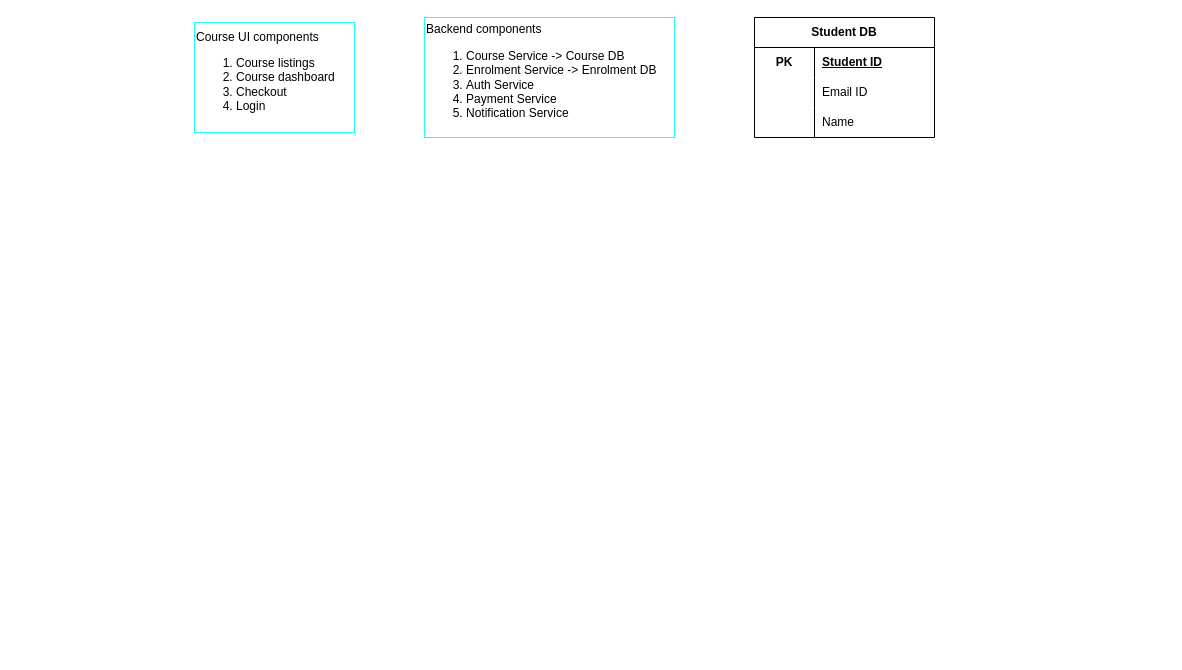
The draw.io diagram course management system.drawio in anshul1790/system-design-playground, before the edit. Source tidied: cells renumbered, new cells numbered last; positions are measured from the earlier drawing's top-left corner, leaving out a move shared by most shapes. Both pictures are drawn from the tidied source at 100%, with x=0, y=0 at pixel (194, 17).
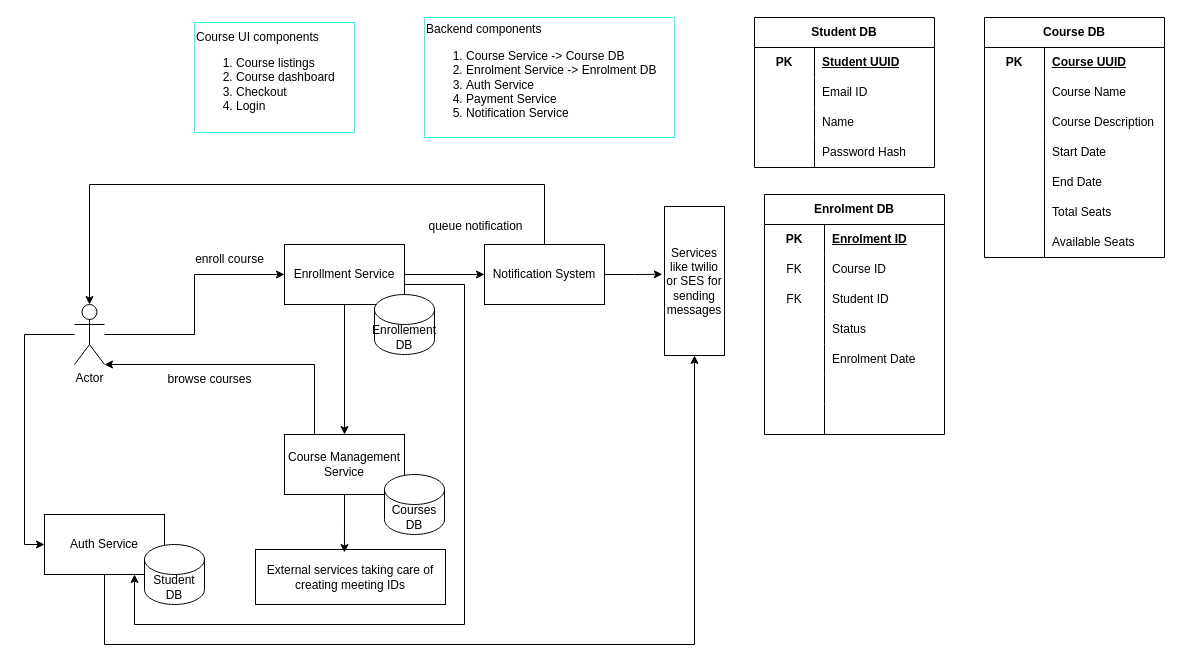
The same diagram, later.

Unchanged cells that the change refers to:
```xml
<mxCell id="5" style="shape=tableRow;horizontal=0;startSize=0;swimlaneHead=0;swimlaneBody=0;fillColor=none;top=0;left=0;right=0;bottom=0;html=1;" parent="4" vertex="1">
  <mxGeometry y="30" width="180" height="30" as="geometry" />
</mxCell>
```

Change to the diagram source:
```diff
@@
     <mxCell id="4" value="Student DB" style="shape=table;startSize=30;childLayout=tableLayout;rowLines=0;fontStyle=1;align=center;html=1;whiteSpace=wrap;" parent="1" vertex="1">
-      <mxGeometry x="560" width="180" height="120" as="geometry" />
+      <mxGeometry x="560" width="180" height="150" as="geometry" />
     </mxCell>
@@
-    <mxCell id="7" value="Student ID" style="shape=partialRectangle;fillColor=none;top=0;left=0;bottom=0;right=0;align=left;spacingLeft=6;fontStyle=5;overflow=hidden;html=1;whiteSpace=wrap;" parent="5" vertex="1">
+    <mxCell id="7" value="Student UUID" style="shape=partialRectangle;fillColor=none;top=0;left=0;bottom=0;right=0;align=left;spacingLeft=6;fontStyle=5;overflow=hidden;html=1;whiteSpace=wrap;" parent="5" vertex="1">
       <mxGeometry x="60" width="120" height="30" as="geometry" />
     </mxCell>
@@
+    <mxCell id="14" style="shape=tableRow;horizontal=0;startSize=0;swimlaneHead=0;swimlaneBody=0;fillColor=none;top=0;left=0;right=0;bottom=0;html=1;" parent="4" vertex="1">
+      <mxGeometry y="120" width="180" height="30" as="geometry" />
+    </mxCell>
+    <mxCell id="15" style="shape=partialRectangle;fillColor=none;top=0;left=0;bottom=0;right=0;overflow=hidden;html=1;whiteSpace=wrap;" parent="14" vertex="1">
+      <mxGeometry width="60" height="30" as="geometry" />
+    </mxCell>
+    <mxCell id="16" value="Password Hash" style="shape=partialRectangle;fillColor=none;top=0;left=0;bottom=0;right=0;align=left;spacingLeft=6;overflow=hidden;html=1;whiteSpace=wrap;" parent="14" vertex="1">
+      <mxGeometry x="60" width="120" height="30" as="geometry" />
+    </mxCell>
+    <mxCell id="17" value="Course DB" style="shape=table;startSize=30;childLayout=tableLayout;rowLines=0;fontStyle=1;align=center;html=1;whiteSpace=wrap;" parent="1" vertex="1">
+      <mxGeometry x="790" width="180" height="240" as="geometry" />
+    </mxCell>
+    <mxCell id="18" style="shape=tableRow;horizontal=0;startSize=0;swimlaneHead=0;swimlaneBody=0;fillColor=none;top=0;left=0;right=0;bottom=0;html=1;" parent="17" vertex="1">
+      <mxGeometry y="30" width="180" height="30" as="geometry" />
+    </mxCell>
+    <mxCell id="19" value="PK" style="shape=partialRectangle;fillColor=none;top=0;left=0;bottom=0;right=0;fontStyle=1;overflow=hidden;html=1;whiteSpace=wrap;" parent="18" vertex="1">
+      <mxGeometry width="60" height="30" as="geometry" />
+    </mxCell>
+    <mxCell id="20" value="Course UUID" style="shape=partialRectangle;fillColor=none;top=0;left=0;bottom=0;right=0;align=left;spacingLeft=6;fontStyle=5;overflow=hidden;html=1;whiteSpace=wrap;" parent="18" vertex="1">
+      <mxGeometry x="60" width="120" height="30" as="geometry" />
+    </mxCell>
+    <mxCell id="21" style="shape=tableRow;horizontal=0;startSize=0;swimlaneHead=0;swimlaneBody=0;fillColor=none;top=0;left=0;right=0;bottom=0;html=1;" parent="17" vertex="1">
+      <mxGeometry y="60" width="180" height="30" as="geometry" />
+    </mxCell>
+    <mxCell id="22" style="shape=partialRectangle;fillColor=none;top=0;left=0;bottom=0;right=0;overflow=hidden;html=1;whiteSpace=wrap;" parent="21" vertex="1">
+      <mxGeometry width="60" height="30" as="geometry" />
+    </mxCell>
+    <mxCell id="23" value="Course Name" style="shape=partialRectangle;fillColor=none;top=0;left=0;bottom=0;right=0;align=left;spacingLeft=6;overflow=hidden;html=1;whiteSpace=wrap;" parent="21" vertex="1">
+      <mxGeometry x="60" width="120" height="30" as="geometry" />
+    </mxCell>
+    <mxCell id="24" style="shape=tableRow;horizontal=0;startSize=0;swimlaneHead=0;swimlaneBody=0;fillColor=none;top=0;left=0;right=0;bottom=0;html=1;" parent="17" vertex="1">
+      <mxGeometry y="90" width="180" height="30" as="geometry" />
+    </mxCell>
+    <mxCell id="25" style="shape=partialRectangle;fillColor=none;top=0;left=0;bottom=0;right=0;overflow=hidden;html=1;whiteSpace=wrap;" parent="24" vertex="1">
+      <mxGeometry width="60" height="30" as="geometry" />
+    </mxCell>
+    <mxCell id="26" value="Course Description" style="shape=partialRectangle;fillColor=none;top=0;left=0;bottom=0;right=0;align=left;spacingLeft=6;overflow=hidden;html=1;whiteSpace=wrap;" parent="24" vertex="1">
+      <mxGeometry x="60" width="120" height="30" as="geometry" />
+    </mxCell>
+    <mxCell id="27" style="shape=tableRow;horizontal=0;startSize=0;swimlaneHead=0;swimlaneBody=0;fillColor=none;top=0;left=0;right=0;bottom=0;html=1;" parent="17" vertex="1">
+      <mxGeometry y="120" width="180" height="30" as="geometry" />
+    </mxCell>
+    <mxCell id="28" style="shape=partialRectangle;fillColor=none;top=0;left=0;bottom=0;right=0;overflow=hidden;html=1;whiteSpace=wrap;" parent="27" vertex="1">
+      <mxGeometry width="60" height="30" as="geometry" />
+    </mxCell>
+    <mxCell id="29" value="Start Date" style="shape=partialRectangle;fillColor=none;top=0;left=0;bottom=0;right=0;align=left;spacingLeft=6;overflow=hidden;html=1;whiteSpace=wrap;" parent="27" vertex="1">
+      <mxGeometry x="60" width="120" height="30" as="geometry" />
+    </mxCell>
+    <mxCell id="30" style="shape=tableRow;horizontal=0;startSize=0;swimlaneHead=0;swimlaneBody=0;fillColor=none;top=0;left=0;right=0;bottom=0;html=1;" parent="17" vertex="1">
+      <mxGeometry y="150" width="180" height="30" as="geometry" />
+    </mxCell>
+    <mxCell id="31" style="shape=partialRectangle;fillColor=none;top=0;left=0;bottom=0;right=0;overflow=hidden;html=1;whiteSpace=wrap;" parent="30" vertex="1">
+      <mxGeometry width="60" height="30" as="geometry" />
+    </mxCell>
+    <mxCell id="32" value="End Date" style="shape=partialRectangle;fillColor=none;top=0;left=0;bottom=0;right=0;align=left;spacingLeft=6;overflow=hidden;html=1;whiteSpace=wrap;" parent="30" vertex="1">
+      <mxGeometry x="60" width="120" height="30" as="geometry" />
+    </mxCell>
+    <mxCell id="33" style="shape=tableRow;horizontal=0;startSize=0;swimlaneHead=0;swimlaneBody=0;fillColor=none;top=0;left=0;right=0;bottom=0;html=1;" parent="17" vertex="1">
+      <mxGeometry y="180" width="180" height="30" as="geometry" />
+    </mxCell>
+    <mxCell id="34" style="shape=partialRectangle;fillColor=none;top=0;left=0;bottom=0;right=0;overflow=hidden;html=1;whiteSpace=wrap;" parent="33" vertex="1">
+      <mxGeometry width="60" height="30" as="geometry" />
+    </mxCell>
+    <mxCell id="35" value="Total Seats" style="shape=partialRectangle;fillColor=none;top=0;left=0;bottom=0;right=0;align=left;spacingLeft=6;overflow=hidden;html=1;whiteSpace=wrap;" parent="33" vertex="1">
+      <mxGeometry x="60" width="120" height="30" as="geometry" />
+    </mxCell>
+    <mxCell id="36" style="shape=tableRow;horizontal=0;startSize=0;swimlaneHead=0;swimlaneBody=0;fillColor=none;top=0;left=0;right=0;bottom=0;html=1;" parent="17" vertex="1">
+      <mxGeometry y="210" width="180" height="30" as="geometry" />
+    </mxCell>
+    <mxCell id="37" style="shape=partialRectangle;fillColor=none;top=0;left=0;bottom=0;right=0;overflow=hidden;html=1;whiteSpace=wrap;" parent="36" vertex="1">
+      <mxGeometry width="60" height="30" as="geometry" />
+    </mxCell>
+    <mxCell id="38" value="Available Seats" style="shape=partialRectangle;fillColor=none;top=0;left=0;bottom=0;right=0;align=left;spacingLeft=6;overflow=hidden;html=1;whiteSpace=wrap;" parent="36" vertex="1">
+      <mxGeometry x="60" width="120" height="30" as="geometry" />
+    </mxCell>
+    <mxCell id="39" value="Enrolment DB" style="shape=table;startSize=30;childLayout=tableLayout;rowLines=0;fontStyle=1;align=center;html=1;whiteSpace=wrap;flipH=1;" parent="1" vertex="1">
+      <mxGeometry x="570" y="177" width="180" height="240" as="geometry" />
+    </mxCell>
+    <mxCell id="40" style="shape=tableRow;horizontal=0;startSize=0;swimlaneHead=0;swimlaneBody=0;fillColor=none;top=0;left=0;right=0;bottom=0;html=1;" parent="39" vertex="1">
+      <mxGeometry y="30" width="180" height="30" as="geometry" />
+    </mxCell>
+    <mxCell id="41" value="PK" style="shape=partialRectangle;fillColor=none;top=0;left=0;bottom=0;right=0;fontStyle=1;overflow=hidden;html=1;whiteSpace=wrap;" parent="40" vertex="1">
+      <mxGeometry width="60" height="30" as="geometry" />
+    </mxCell>
+    <mxCell id="42" value="Enrolment ID" style="shape=partialRectangle;fillColor=none;top=0;left=0;bottom=0;right=0;align=left;spacingLeft=6;fontStyle=5;overflow=hidden;html=1;whiteSpace=wrap;" parent="40" vertex="1">
+      <mxGeometry x="60" width="120" height="30" as="geometry" />
+    </mxCell>
+    <mxCell id="43" style="shape=tableRow;horizontal=0;startSize=0;swimlaneHead=0;swimlaneBody=0;fillColor=none;top=0;left=0;right=0;bottom=0;html=1;" parent="39" vertex="1">
+      <mxGeometry y="60" width="180" height="30" as="geometry" />
+    </mxCell>
+    <mxCell id="44" value="FK" style="shape=partialRectangle;fillColor=none;top=0;left=0;bottom=0;right=0;overflow=hidden;html=1;whiteSpace=wrap;" parent="43" vertex="1">
+      <mxGeometry width="60" height="30" as="geometry" />
+    </mxCell>
+    <mxCell id="45" value="Course ID" style="shape=partialRectangle;fillColor=none;top=0;left=0;bottom=0;right=0;align=left;spacingLeft=6;overflow=hidden;html=1;whiteSpace=wrap;" parent="43" vertex="1">
+      <mxGeometry x="60" width="120" height="30" as="geometry" />
+    </mxCell>
+    <mxCell id="46" style="shape=tableRow;horizontal=0;startSize=0;swimlaneHead=0;swimlaneBody=0;fillColor=none;top=0;left=0;right=0;bottom=0;html=1;" parent="39" vertex="1">
+      <mxGeometry y="90" width="180" height="30" as="geometry" />
+    </mxCell>
+    <mxCell id="47" value="FK" style="shape=partialRectangle;fillColor=none;top=0;left=0;bottom=0;right=0;overflow=hidden;html=1;whiteSpace=wrap;" parent="46" vertex="1">
+      <mxGeometry width="60" height="30" as="geometry" />
+    </mxCell>
+    <mxCell id="48" value="Student ID" style="shape=partialRectangle;fillColor=none;top=0;left=0;bottom=0;right=0;align=left;spacingLeft=6;overflow=hidden;html=1;whiteSpace=wrap;" parent="46" vertex="1">
+      <mxGeometry x="60" width="120" height="30" as="geometry" />
+    </mxCell>
+    <mxCell id="49" style="shape=tableRow;horizontal=0;startSize=0;swimlaneHead=0;swimlaneBody=0;fillColor=none;top=0;left=0;right=0;bottom=0;html=1;" parent="39" vertex="1">
+      <mxGeometry y="120" width="180" height="30" as="geometry" />
+    </mxCell>
+    <mxCell id="50" style="shape=partialRectangle;fillColor=none;top=0;left=0;bottom=0;right=0;overflow=hidden;html=1;whiteSpace=wrap;" parent="49" vertex="1">
+      <mxGeometry width="60" height="30" as="geometry" />
+    </mxCell>
+    <mxCell id="51" value="Status" style="shape=partialRectangle;fillColor=none;top=0;left=0;bottom=0;right=0;align=left;spacingLeft=6;overflow=hidden;html=1;whiteSpace=wrap;" parent="49" vertex="1">
+      <mxGeometry x="60" width="120" height="30" as="geometry" />
+    </mxCell>
+    <mxCell id="52" style="shape=tableRow;horizontal=0;startSize=0;swimlaneHead=0;swimlaneBody=0;fillColor=none;top=0;left=0;right=0;bottom=0;html=1;" parent="39" vertex="1">
+      <mxGeometry y="150" width="180" height="30" as="geometry" />
+    </mxCell>
+    <mxCell id="53" style="shape=partialRectangle;fillColor=none;top=0;left=0;bottom=0;right=0;overflow=hidden;html=1;whiteSpace=wrap;" parent="52" vertex="1">
+      <mxGeometry width="60" height="30" as="geometry" />
+    </mxCell>
+    <mxCell id="54" value="Enrolment Date" style="shape=partialRectangle;fillColor=none;top=0;left=0;bottom=0;right=0;align=left;spacingLeft=6;overflow=hidden;html=1;whiteSpace=wrap;" parent="52" vertex="1">
+      <mxGeometry x="60" width="120" height="30" as="geometry" />
+    </mxCell>
+    <mxCell id="55" style="shape=tableRow;horizontal=0;startSize=0;swimlaneHead=0;swimlaneBody=0;fillColor=none;top=0;left=0;right=0;bottom=0;html=1;" parent="39" vertex="1">
+      <mxGeometry y="180" width="180" height="30" as="geometry" />
+    </mxCell>
+    <mxCell id="56" style="shape=partialRectangle;fillColor=none;top=0;left=0;bottom=0;right=0;overflow=hidden;html=1;whiteSpace=wrap;" parent="55" vertex="1">
+      <mxGeometry width="60" height="30" as="geometry" />
+    </mxCell>
+    <mxCell id="57" style="shape=partialRectangle;fillColor=none;top=0;left=0;bottom=0;right=0;align=left;spacingLeft=6;overflow=hidden;html=1;whiteSpace=wrap;" parent="55" vertex="1">
+      <mxGeometry x="60" width="120" height="30" as="geometry" />
+    </mxCell>
+    <mxCell id="58" style="shape=tableRow;horizontal=0;startSize=0;swimlaneHead=0;swimlaneBody=0;fillColor=none;top=0;left=0;right=0;bottom=0;html=1;" parent="39" vertex="1">
+      <mxGeometry y="210" width="180" height="30" as="geometry" />
+    </mxCell>
+    <mxCell id="59" style="shape=partialRectangle;fillColor=none;top=0;left=0;bottom=0;right=0;overflow=hidden;html=1;whiteSpace=wrap;" parent="58" vertex="1">
+      <mxGeometry width="60" height="30" as="geometry" />
+    </mxCell>
+    <mxCell id="60" style="shape=partialRectangle;fillColor=none;top=0;left=0;bottom=0;right=0;align=left;spacingLeft=6;overflow=hidden;html=1;whiteSpace=wrap;" parent="58" vertex="1">
+      <mxGeometry x="60" width="120" height="30" as="geometry" />
+    </mxCell>
+    <mxCell id="61" style="edgeStyle=orthogonalEdgeStyle;rounded=0;jettySize=auto;html=1;entryX=0;entryY=0.5;entryDx=0;entryDy=0;" parent="1" edge="1" source="63" target="67">
+      <mxGeometry relative="1" as="geometry" />
+    </mxCell>
+    <mxCell id="62" style="edgeStyle=orthogonalEdgeStyle;rounded=0;jettySize=auto;html=1;entryX=0;entryY=0.5;entryDx=0;entryDy=0;" parent="1" edge="1" source="63" target="70">
+      <mxGeometry relative="1" as="geometry">
+        <Array as="points">
+          <mxPoint x="-170" y="317" />
+          <mxPoint x="-170" y="527" />
+        </Array>
+      </mxGeometry>
+    </mxCell>
+    <mxCell id="63" value="Actor" style="shape=umlActor;verticalLabelPosition=bottom;verticalAlign=top;html=1;outlineConnect=0;" parent="1" vertex="1">
+      <mxGeometry x="-120" y="287" width="30" height="60" as="geometry" />
+    </mxCell>
+    <mxCell id="64" style="edgeStyle=orthogonalEdgeStyle;rounded=0;jettySize=auto;html=1;" parent="1" edge="1" source="67" target="68">
+      <mxGeometry relative="1" as="geometry" />
+    </mxCell>
+    <mxCell id="65" style="edgeStyle=orthogonalEdgeStyle;rounded=0;jettySize=auto;html=1;entryX=0;entryY=0.5;entryDx=0;entryDy=0;" parent="1" edge="1" source="67" target="71">
+      <mxGeometry relative="1" as="geometry" />
+    </mxCell>
+    <mxCell id="66" style="edgeStyle=orthogonalEdgeStyle;rounded=0;jettySize=auto;html=1;entryX=0.75;entryY=1;entryDx=0;entryDy=0;" parent="1" edge="1" source="67" target="70">
+      <mxGeometry relative="1" as="geometry">
+        <Array as="points">
+          <mxPoint x="270" y="267" />
+          <mxPoint x="270" y="607" />
+          <mxPoint x="-60" y="607" />
+        </Array>
+      </mxGeometry>
+    </mxCell>
+    <mxCell id="67" value="Enrollment Service" style="rounded=0;whiteSpace=wrap;html=1;" parent="1" vertex="1">
+      <mxGeometry x="90" y="227" width="120" height="60" as="geometry" />
+    </mxCell>
+    <mxCell id="68" value="Course Management Service" style="rounded=0;whiteSpace=wrap;html=1;" parent="1" vertex="1">
+      <mxGeometry x="90" y="417" width="120" height="60" as="geometry" />
+    </mxCell>
+    <mxCell id="69" style="edgeStyle=orthogonalEdgeStyle;rounded=0;jettySize=auto;html=1;entryX=0.5;entryY=1;entryDx=0;entryDy=0;" parent="1" edge="1" source="70" target="81">
+      <mxGeometry relative="1" as="geometry">
+        <Array as="points">
+          <mxPoint x="-90" y="627" />
+          <mxPoint x="500" y="627" />
+        </Array>
+      </mxGeometry>
+    </mxCell>
+    <mxCell id="70" value="Auth Service" style="rounded=0;whiteSpace=wrap;html=1;" parent="1" vertex="1">
+      <mxGeometry x="-150" y="497" width="120" height="60" as="geometry" />
+    </mxCell>
+    <mxCell id="71" value="Notification System" style="rounded=0;whiteSpace=wrap;html=1;" parent="1" vertex="1">
+      <mxGeometry x="290" y="227" width="120" height="60" as="geometry" />
+    </mxCell>
+    <mxCell id="72" style="edgeStyle=orthogonalEdgeStyle;rounded=0;jettySize=auto;html=1;entryX=0.5;entryY=0;entryDx=0;entryDy=0;entryPerimeter=0;" parent="1" edge="1" source="71" target="63">
+      <mxGeometry relative="1" as="geometry">
+        <Array as="points">
+          <mxPoint x="350" y="167" />
+          <mxPoint x="-105" y="167" />
+        </Array>
+      </mxGeometry>
+    </mxCell>
+    <mxCell id="73" value="Courses DB" style="shape=cylinder3;whiteSpace=wrap;html=1;boundedLbl=1;backgroundOutline=1;size=15;" parent="1" vertex="1">
+      <mxGeometry x="190" y="457" width="60" height="60" as="geometry" />
+    </mxCell>
+    <mxCell id="74" value="Enrollement DB" style="shape=cylinder3;whiteSpace=wrap;html=1;boundedLbl=1;backgroundOutline=1;size=15;" parent="1" vertex="1">
+      <mxGeometry x="180" y="277" width="60" height="60" as="geometry" />
+    </mxCell>
+    <mxCell id="75" style="edgeStyle=orthogonalEdgeStyle;rounded=0;jettySize=auto;html=1;entryX=1;entryY=1;entryDx=0;entryDy=0;entryPerimeter=0;" parent="1" edge="1" source="68" target="63">
+      <mxGeometry relative="1" as="geometry">
+        <Array as="points">
+          <mxPoint x="120" y="347" />
+        </Array>
+      </mxGeometry>
+    </mxCell>
+    <mxCell id="76" value="browse courses" style="text;html=1;align=center;verticalAlign=middle;strokeColor=none;fillColor=none;" parent="1" vertex="1">
+      <mxGeometry x="-40" y="347" width="110" height="30" as="geometry" />
+    </mxCell>
+    <mxCell id="77" value="enroll course" style="text;html=1;align=center;verticalAlign=middle;strokeColor=none;fillColor=none;" parent="1" vertex="1">
+      <mxGeometry x="-10" y="227" width="90" height="30" as="geometry" />
+    </mxCell>
+    <mxCell id="78" value="queue notification" style="text;html=1;align=center;verticalAlign=middle;strokeColor=none;fillColor=none;" parent="1" vertex="1">
+      <mxGeometry x="221" y="194" width="120" height="30" as="geometry" />
+    </mxCell>
+    <mxCell id="79" value="External services taking care of creating meeting IDs" style="rounded=0;whiteSpace=wrap;html=1;" parent="1" vertex="1">
+      <mxGeometry x="61" y="532" width="190" height="55" as="geometry" />
+    </mxCell>
+    <mxCell id="80" value="Student DB" style="shape=cylinder3;whiteSpace=wrap;html=1;boundedLbl=1;backgroundOutline=1;size=15;" parent="1" vertex="1">
+      <mxGeometry x="-50" y="527" width="60" height="60" as="geometry" />
+    </mxCell>
+    <mxCell id="81" value="Services like twilio or SES for sending messages" style="rounded=0;whiteSpace=wrap;html=1;" parent="1" vertex="1">
+      <mxGeometry x="470" y="189" width="60" height="149" as="geometry" />
+    </mxCell>
+    <mxCell id="82" style="edgeStyle=orthogonalEdgeStyle;rounded=0;jettySize=auto;html=1;entryX=-0.037;entryY=0.455;entryDx=0;entryDy=0;entryPerimeter=0;" parent="1" edge="1" source="71" target="81">
+      <mxGeometry relative="1" as="geometry" />
+    </mxCell>
+    <mxCell id="83" style="edgeStyle=orthogonalEdgeStyle;rounded=0;jettySize=auto;html=1;entryX=0.468;entryY=0.055;entryDx=0;entryDy=0;entryPerimeter=0;" parent="1" edge="1" source="68" target="79">
+      <mxGeometry relative="1" as="geometry" />
+    </mxCell>
```
